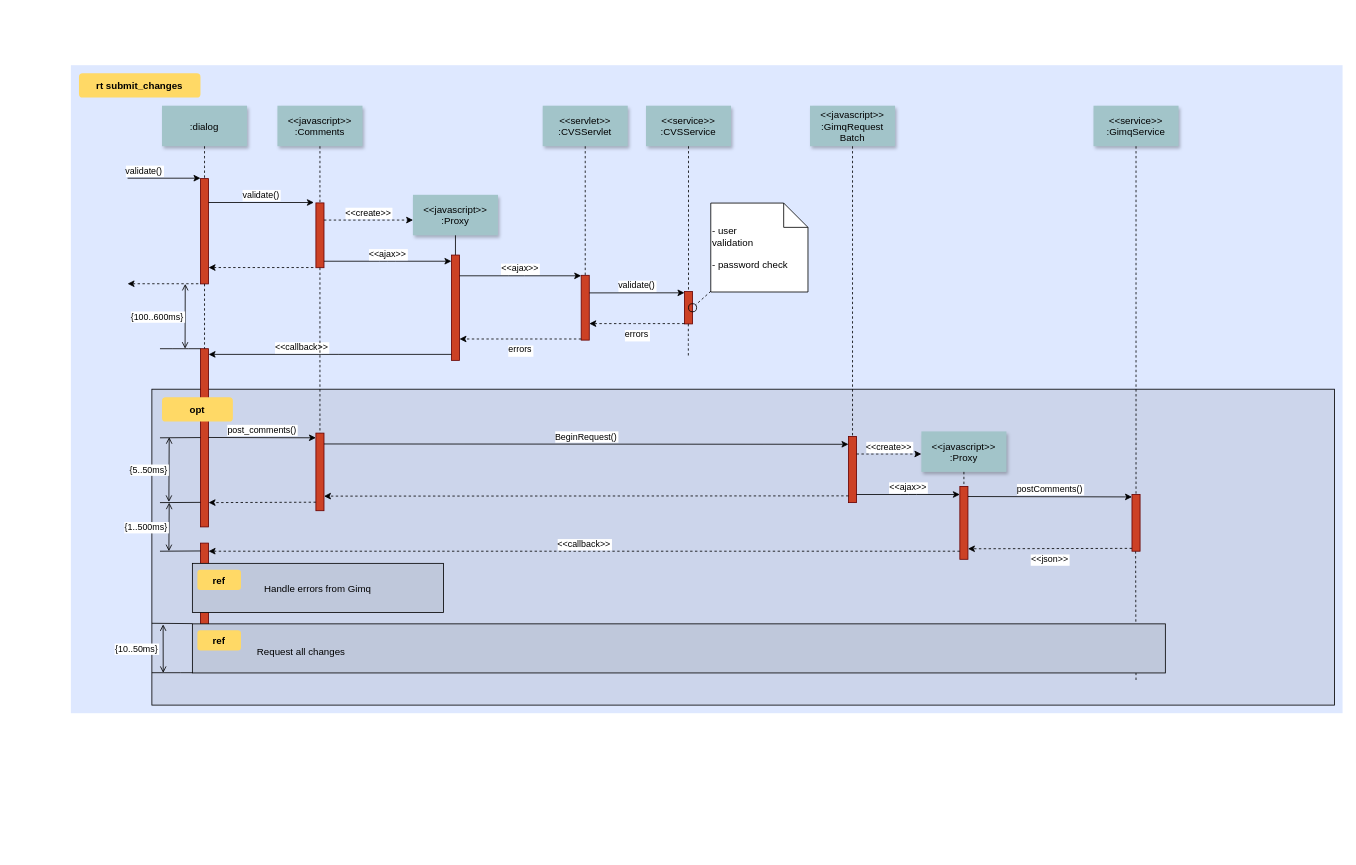
heyg/usbutils keeps this draw.io diagram as Untitled Diagram.drawio. Above is the earlier version. Source tidied: cells renumbered, new cells numbered last; positions are measured from the earlier drawing's top-left corner, leaving out a move shared by most shapes. Both pictures are drawn from the tidied source at 81%, with x=0, y=0 at pixel (70, 65).
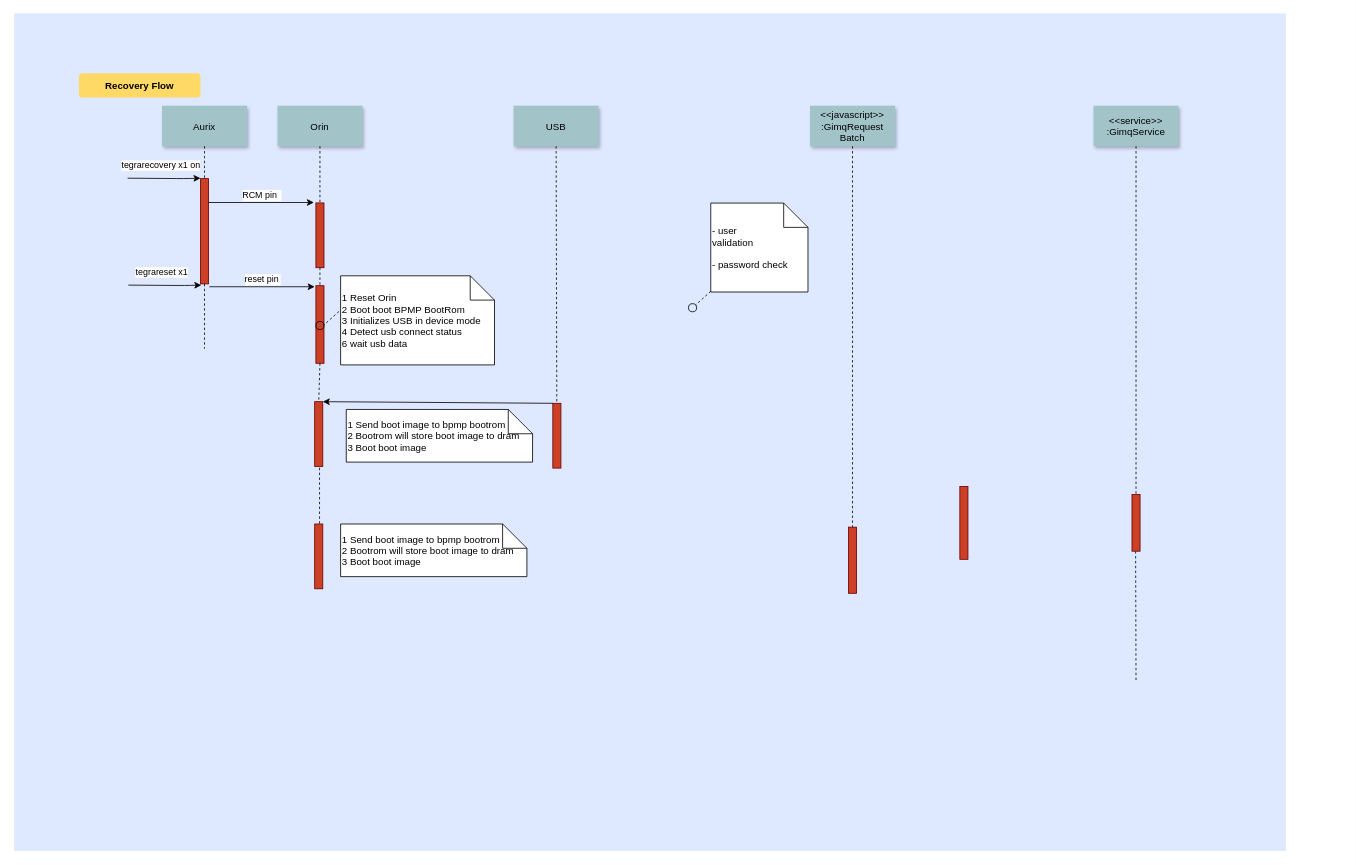
After the change.

Unchanged cells that the change refers to:
```xml
<mxCell id="5" style="fillColor=#CC4125;strokeColor=#660000;" parent="1" vertex="1">
  <mxGeometry x="160" y="140" width="10" height="130" as="geometry" />
</mxCell>
<mxCell id="8" style="fillColor=#CC4125;strokeColor=#660000;" parent="1" vertex="1">
  <mxGeometry x="302.5" y="170" width="10" height="80" as="geometry" />
</mxCell>
<mxCell id="49" style="fillColor=#CC4125;strokeColor=#660000;" parent="1" vertex="1">
  <mxGeometry x="1097.5" y="520" width="10" height="90" as="geometry" />
</mxCell>
```

The edit, as a diff of the source:
```diff
@@
     <mxCell id="2" style="fillColor=#DEE8FF;strokeColor=none;" parent="1" vertex="1">
-      <mxGeometry width="1570" height="800" as="geometry" />
+      <mxGeometry x="-70" y="-63.9" width="1570" height="1033.9" as="geometry" />
     </mxCell>
-    <mxCell id="3" style="fillColor=#CCD5EB;" parent="1" vertex="1">
-      <mxGeometry x="100" y="400" width="1460" height="390" as="geometry" />
-    </mxCell>
@@
-    <mxCell id="6" value="validate()" style="edgeStyle=none;verticalLabelPosition=top;verticalAlign=bottom;labelPosition=left;align=right;" parent="1" edge="1">
-      <mxGeometry x="110" y="49.5" as="geometry">
+    <mxCell id="6" style="edgeStyle=none;verticalLabelPosition=top;verticalAlign=bottom;labelPosition=left;align=right;" parent="1" edge="1">
+      <mxGeometry as="geometry">
         <mxPoint x="70" y="139.5" as="sourcePoint" />
         <mxPoint x="160" y="139.5" as="targetPoint" />
+        <Array as="points">
+          <mxPoint x="140" y="140" />
+        </Array>
       </mxGeometry>
     </mxCell>
+    <mxCell id="75" value="tegrarecovery x1 on" style="edgeLabel;html=1;align=center;verticalAlign=middle;" parent="6" vertex="1">
+      <mxGeometry relative="1" as="geometry">
+        <mxPoint x="-4" y="-16" as="offset" />
+      </mxGeometry>
+    </mxCell>
-    <mxCell id="7" value=":dialog" style="shadow=1;fillColor=#A2C4C9;strokeColor=none;" parent="1" vertex="1">
+    <mxCell id="7" value="Aurix" style="shadow=1;fillColor=#A2C4C9;strokeColor=none;" parent="1" vertex="1">
       <mxGeometry x="112.5" y="50" width="105" height="50" as="geometry" />
     </mxCell>
@@
-    <mxCell id="9" value="&lt;&lt;javascript&gt;&gt;&#10;:Comments" style="shadow=1;fillColor=#A2C4C9;strokeColor=none;" parent="1" vertex="1">
+    <mxCell id="9" value="Orin" style="shadow=1;fillColor=#A2C4C9;strokeColor=none;" parent="1" vertex="1">
       <mxGeometry x="255" y="50" width="105" height="50" as="geometry" />
     </mxCell>
@@
-    <mxCell id="11" value="validate()" style="edgeStyle=none;verticalLabelPosition=top;verticalAlign=bottom;" parent="1" edge="1">
+    <mxCell id="11" value="RCM pin " style="edgeStyle=none;verticalLabelPosition=top;verticalAlign=bottom;" parent="1" edge="1">
       <mxGeometry x="220" y="92" as="geometry">
         <mxPoint x="170" y="169.5" as="sourcePoint" />
         <mxPoint x="300" y="169.5" as="targetPoint" />
       </mxGeometry>
     </mxCell>
-    <mxCell id="12" style="edgeStyle=none;verticalLabelPosition=top;verticalAlign=bottom;endArrow=none;startArrow=classic;dashed=1;" parent="1" edge="1">
-      <mxGeometry x="220" y="172.3" as="geometry">
-        <mxPoint x="170" y="249.8" as="sourcePoint" />
-        <mxPoint x="300" y="249.8" as="targetPoint" />
-      </mxGeometry>
-    </mxCell>
-    <mxCell id="13" style="edgeStyle=none;verticalLabelPosition=top;verticalAlign=bottom;labelPosition=left;align=right;endArrow=none;startArrow=classic;dashed=1;" parent="1" edge="1">
-      <mxGeometry x="110" y="179.8" as="geometry">
-        <mxPoint x="70" y="269.8" as="sourcePoint" />
-        <mxPoint x="160" y="269.8" as="targetPoint" />
-      </mxGeometry>
-    </mxCell>
-    <mxCell id="14" value="&lt;&lt;create&gt;&gt;" style="edgeStyle=none;verticalLabelPosition=top;verticalAlign=bottom;dashed=1;" parent="1" edge="1">
-      <mxGeometry x="385.5" y="113.9" as="geometry">
-        <mxPoint x="312.5" y="191.2" as="sourcePoint" />
-        <mxPoint x="422.5" y="191.2" as="targetPoint" />
-      </mxGeometry>
-    </mxCell>
-    <mxCell id="15" value="&lt;&lt;javascript&gt;&gt;&#10;:Proxy" style="shadow=1;fillColor=#A2C4C9;strokeColor=none;" parent="1" vertex="1">
-      <mxGeometry x="422.3" y="160" width="105" height="50" as="geometry" />
-    </mxCell>
-    <mxCell id="16" style="edgeStyle=none;endArrow=none;" parent="1" edge="1" source="15" target="17">
-      <mxGeometry x="437" y="270" as="geometry" />
-    </mxCell>
-    <mxCell id="17" style="fillColor=#CC4125;strokeColor=#660000;" parent="1" vertex="1">
-      <mxGeometry x="469.8" y="234.4" width="10" height="130" as="geometry" />
-    </mxCell>
-    <mxCell id="18" value="&lt;&lt;ajax&gt;&gt;" style="edgeStyle=elbowEdgeStyle;elbow=vertical;verticalLabelPosition=top;verticalAlign=bottom;" parent="1" edge="1" source="8" target="17">
-      <mxGeometry x="350" y="290" as="geometry" />
-    </mxCell>
     <mxCell id="19" style="fillColor=#CC4125;strokeColor=#660000;" parent="1" vertex="1">
-      <mxGeometry x="630" y="259.4" width="10" height="80" as="geometry" />
+      <mxGeometry x="595" y="417.4" width="10" height="80" as="geometry" />
     </mxCell>
-    <mxCell id="20" value="&lt;&lt;servlet&gt;&gt;&#10;:CVSServlet" style="shadow=1;fillColor=#A2C4C9;strokeColor=none;" parent="1" vertex="1">
-      <mxGeometry x="582.5" y="50" width="105" height="50" as="geometry" />
+    <mxCell id="20" value="USB" style="shadow=1;fillColor=#A2C4C9;strokeColor=none;" parent="1" vertex="1">
+      <mxGeometry x="546.5" y="50" width="105" height="50" as="geometry" />
     </mxCell>
@@
-    <mxCell id="22" value="&lt;&lt;service&gt;&gt;&#10;:CVSService" style="shadow=1;fillColor=#A2C4C9;strokeColor=none;" parent="1" vertex="1">
-      <mxGeometry x="710" y="50" width="105" height="50" as="geometry" />
-    </mxCell>
-    <mxCell id="23" style="edgeStyle=none;endArrow=none;dashed=1;" parent="1" edge="1" source="22" target="24">
-      <mxGeometry x="727.3" y="165" as="geometry" />
-    </mxCell>
-    <mxCell id="24" style="fillColor=#CC4125;strokeColor=#660000;" parent="1" vertex="1">
-      <mxGeometry x="757.5" y="279.4" width="10" height="40" as="geometry" />
-    </mxCell>
-    <mxCell id="25" value="&lt;&lt;ajax&gt;&gt;" style="edgeStyle=elbowEdgeStyle;elbow=vertical;verticalLabelPosition=top;verticalAlign=bottom;" parent="1" edge="1" source="17" target="19">
-      <mxGeometry x="540" y="270" as="geometry">
-        <Array as="points">
-          <mxPoint x="550" y="260" />
-        </Array>
-      </mxGeometry>
-    </mxCell>
-    <mxCell id="26" value="errors" style="edgeStyle=elbowEdgeStyle;elbow=vertical;dashed=1;verticalLabelPosition=bottom;verticalAlign=top;" parent="1" edge="1" source="19" target="17">
-      <mxGeometry x="550" y="280" as="geometry">
-        <Array as="points">
-          <mxPoint x="553" y="338" />
-        </Array>
-      </mxGeometry>
-    </mxCell>
@@
-    <mxCell id="29" value="validate()" style="edgeStyle=elbowEdgeStyle;elbow=vertical;verticalLabelPosition=top;verticalAlign=bottom;" parent="1" edge="1">
-      <mxGeometry x="550" y="261.7" as="geometry">
-        <mxPoint x="640" y="281.1" as="sourcePoint" />
-        <mxPoint x="757.5" y="281.1" as="targetPoint" />
-      </mxGeometry>
-    </mxCell>
-    <mxCell id="30" value="errors" style="edgeStyle=elbowEdgeStyle;elbow=vertical;dashed=1;verticalLabelPosition=bottom;verticalAlign=top;" parent="1" edge="1">
-      <mxGeometry x="560" y="309.7" as="geometry">
-        <mxPoint x="757.5" y="319" as="sourcePoint" />
-        <mxPoint x="640" y="319" as="targetPoint" />
-      </mxGeometry>
-    </mxCell>
-    <mxCell id="31" style="edgeStyle=elbowEdgeStyle;elbow=horizontal;endArrow=none;dashed=1;" parent="1" edge="1">
-      <mxGeometry x="932.3" y="240" as="geometry">
-        <mxPoint x="762.3" y="319.4" as="sourcePoint" />
-        <mxPoint x="762.3" y="360" as="targetPoint" />
-        <Array as="points">
-          <mxPoint x="762.3" y="340" />
-        </Array>
-      </mxGeometry>
-    </mxCell>
@@
-    <mxCell id="35" style="fillColor=#CC4125;strokeColor=#660000;" parent="1" vertex="1">
-      <mxGeometry x="160" y="350" width="10" height="220" as="geometry" />
-    </mxCell>
-    <mxCell id="36" value="             &lt;&lt;callback&gt;&gt;                                " style="edgeStyle=elbowEdgeStyle;elbow=vertical;dashed=0;verticalLabelPosition=top;verticalAlign=bottom;align=right;" parent="1" edge="1" source="17" target="35">
-      <mxGeometry x="190" y="329.8" as="geometry" />
-    </mxCell>
-    <mxCell id="37" style="edgeStyle=none;dashed=1;endArrow=none;" parent="1" edge="1" source="5" target="35">
-      <mxGeometry x="50" y="300" as="geometry" />
+    <mxCell id="37" style="edgeStyle=none;dashed=1;endArrow=none;" parent="1" edge="1" source="5">
+      <mxGeometry x="50" y="300" as="geometry">
+        <mxPoint x="165" y="350" as="targetPoint" />
+      </mxGeometry>
     </mxCell>
-    <mxCell id="38" style="edgeStyle=elbowEdgeStyle;elbow=vertical;endArrow=none;" parent="1" edge="1" source="35">
-      <mxGeometry x="60" y="310" as="geometry">
-        <mxPoint x="110" y="350" as="targetPoint" />
-      </mxGeometry>
-    </mxCell>
-    <mxCell id="39" value="{100..600ms}" style="edgeStyle=elbowEdgeStyle;elbow=horizontal;startArrow=open;endArrow=open;labelPosition=left;align=right;" parent="1" edge="1">
-      <mxGeometry x="61.2" y="290" as="geometry">
-        <mxPoint x="141.2" y="270" as="sourcePoint" />
-        <mxPoint x="141.2" y="350" as="targetPoint" />
-      </mxGeometry>
-    </mxCell>
     <mxCell id="40" style="fillColor=#CC4125;strokeColor=#660000;" parent="1" vertex="1">
-      <mxGeometry x="302.5" y="454.2" width="10" height="95.8" as="geometry" />
+      <mxGeometry x="302.5" y="272.2" width="10" height="95.8" as="geometry" />
     </mxCell>
     <mxCell id="41" style="fillColor=#CC4125;strokeColor=#660000;" parent="1" vertex="1">
-      <mxGeometry x="960" y="458.3" width="10" height="81.7" as="geometry" />
+      <mxGeometry x="960" y="570.3" width="10" height="81.7" as="geometry" />
     </mxCell>
@@
-    <mxCell id="43" value="post_comments()" style="edgeStyle=elbowEdgeStyle;elbow=vertical;verticalLabelPosition=top;verticalAlign=bottom;" parent="1" edge="1">
-      <mxGeometry x="212.5" y="469.6" as="geometry">
-        <mxPoint x="170" y="459.6" as="sourcePoint" />
-        <mxPoint x="302.5" y="459.6" as="targetPoint" />
-      </mxGeometry>
-    </mxCell>
@@
-    <mxCell id="45" value="BeginRequest()" style="edgeStyle=elbowEdgeStyle;elbow=vertical;verticalLabelPosition=top;verticalAlign=bottom;" parent="1" edge="1">
-      <mxGeometry x="530" y="436.8" as="geometry">
-        <mxPoint x="312.5" y="467.6" as="sourcePoint" />
-        <mxPoint x="960" y="467.6" as="targetPoint" />
-      </mxGeometry>
-    </mxCell>
-    <mxCell id="46" style="edgeStyle=elbowEdgeStyle;elbow=vertical;dashed=1;verticalLabelPosition=bottom;verticalAlign=top;" parent="1" edge="1">
-      <mxGeometry x="530" y="549.1" as="geometry">
-        <mxPoint x="960" y="531.7" as="sourcePoint" />
-        <mxPoint x="312.5" y="531.7" as="targetPoint" />
-      </mxGeometry>
-    </mxCell>
-    <mxCell id="47" value="&lt;&lt;javascript&gt;&gt;&#10;:Proxy" style="shadow=1;fillColor=#A2C4C9;strokeColor=none;" parent="1" vertex="1">
-      <mxGeometry x="1050" y="452.1" width="105" height="50" as="geometry" />
-    </mxCell>
-    <mxCell id="48" style="edgeStyle=none;endArrow=none;dashed=1;" parent="1" edge="1" source="47" target="49">
-      <mxGeometry x="1204.1" y="380.1" as="geometry" />
-    </mxCell>
@@
-    <mxCell id="51" value="&lt;&lt;create&gt;&gt;" style="edgeStyle=elbowEdgeStyle;elbow=vertical;verticalLabelPosition=top;verticalAlign=bottom;dashed=1;" parent="1" edge="1" source="41" target="47">
-      <mxGeometry x="901.2" y="322.5" as="geometry" />
-    </mxCell>
-    <mxCell id="52" value="&lt;&lt;ajax&gt;&gt;" style="edgeStyle=elbowEdgeStyle;elbow=vertical;verticalLabelPosition=top;verticalAlign=bottom;" parent="1" edge="1" source="41" target="49">
-      <mxGeometry x="1065" y="359.5" as="geometry" />
-    </mxCell>
-    <mxCell id="53" value="postComments()" style="edgeStyle=elbowEdgeStyle;elbow=vertical;verticalLabelPosition=top;verticalAlign=bottom;" parent="1" edge="1">
-      <mxGeometry x="1225" y="309.5" as="geometry">
-        <mxPoint x="1107.5" y="532.5" as="sourcePoint" />
-        <mxPoint x="1310" y="532.5" as="targetPoint" />
-      </mxGeometry>
-    </mxCell>
-    <mxCell id="54" value="&lt;&lt;json&gt;&gt;" style="edgeStyle=elbowEdgeStyle;elbow=vertical;dashed=1;verticalLabelPosition=bottom;verticalAlign=top;" parent="1" edge="1">
-      <mxGeometry x="1075" y="396" as="geometry">
-        <mxPoint x="1310" y="596.5" as="sourcePoint" />
-        <mxPoint x="1107.5" y="596.5" as="targetPoint" />
-      </mxGeometry>
-    </mxCell>
@@
-    <mxCell id="57" style="fillColor=#CC4125;strokeColor=#660000;" parent="1" vertex="1">
-      <mxGeometry x="160" y="590" width="10" height="130" as="geometry" />
-    </mxCell>
-    <mxCell id="58" style="edgeStyle=elbowEdgeStyle;elbow=vertical;dashed=1;verticalLabelPosition=bottom;verticalAlign=top;" parent="1" edge="1">
-      <mxGeometry x="507.5" y="664.3" as="geometry">
-        <mxPoint x="302.5" y="539.5" as="sourcePoint" />
-        <mxPoint x="170" y="539.5" as="targetPoint" />
-      </mxGeometry>
-    </mxCell>
-    <mxCell id="59" value="&lt;&lt;callback&gt;&gt;" style="edgeStyle=elbowEdgeStyle;elbow=vertical;dashed=1;verticalLabelPosition=bottom;verticalAlign=bottom;" parent="1" edge="1" source="49" target="57">
-      <mxGeometry x="540" y="559.1" as="geometry" />
-    </mxCell>
-    <mxCell id="60" value="rt submit_changes" style="rounded=1;fontStyle=1;fillColor=#FFD966;strokeColor=none;" parent="1" vertex="1">
+    <mxCell id="60" value="Recovery Flow" style="rounded=1;fontStyle=1;fillColor=#FFD966;strokeColor=none;" parent="1" vertex="1">
       <mxGeometry x="10" y="10" width="150" height="30" as="geometry" />
     </mxCell>
-    <mxCell id="61" value="opt" style="rounded=1;fontStyle=1;fillColor=#FFD966;strokeColor=none;" parent="1" vertex="1">
-      <mxGeometry x="112.5" y="410" width="87.5" height="30" as="geometry" />
-    </mxCell>
-    <mxCell id="62" value="Handle errors from Gimq" style="fillColor=#BFC8DB;" parent="1" vertex="1">
-      <mxGeometry x="150" y="615" width="310" height="60.6" as="geometry" />
-    </mxCell>
-    <mxCell id="63" value="ref" style="rounded=1;fontStyle=1;fillColor=#FFD966;strokeColor=none;" parent="1" vertex="1">
-      <mxGeometry x="156.2" y="622.9" width="53.8" height="25" as="geometry" />
-    </mxCell>
-    <mxCell id="64" style="align=left;fillColor=#BFC8DB;" parent="1" vertex="1">
-      <mxGeometry x="150" y="689.7" width="1201.2" height="60.6" as="geometry" />
-    </mxCell>
-    <mxCell id="65" value="ref" style="rounded=1;fontStyle=1;fillColor=#FFD966;strokeColor=none;" parent="1" vertex="1">
-      <mxGeometry x="156.2" y="697.6" width="53.8" height="25" as="geometry" />
-    </mxCell>
-    <mxCell id="66" value="Request all changes" style="text;align=left;" parent="1" vertex="1">
-      <mxGeometry x="228.1" y="710.1" width="351.8" height="26" as="geometry" />
-    </mxCell>
-    <mxCell id="67" style="edgeStyle=elbowEdgeStyle;elbow=vertical;endArrow=none;" parent="1" edge="1">
-      <mxGeometry x="60" y="419.7" as="geometry">
-        <mxPoint x="160" y="459.7" as="sourcePoint" />
-        <mxPoint x="110" y="459.7" as="targetPoint" />
-      </mxGeometry>
-    </mxCell>
-    <mxCell id="68" style="edgeStyle=elbowEdgeStyle;elbow=vertical;endArrow=none;" parent="1" edge="1">
-      <mxGeometry x="60" y="499.7" as="geometry">
-        <mxPoint x="160" y="539.7" as="sourcePoint" />
-        <mxPoint x="110" y="539.7" as="targetPoint" />
-      </mxGeometry>
-    </mxCell>
-    <mxCell id="69" style="edgeStyle=elbowEdgeStyle;elbow=vertical;endArrow=none;" parent="1" edge="1">
-      <mxGeometry x="60" y="559.7" as="geometry">
-        <mxPoint x="160" y="599.7" as="sourcePoint" />
-        <mxPoint x="110" y="599.7" as="targetPoint" />
-      </mxGeometry>
-    </mxCell>
-    <mxCell id="70" style="edgeStyle=elbowEdgeStyle;elbow=vertical;endArrow=none;" parent="1" edge="1">
-      <mxGeometry x="50" y="649.4" as="geometry">
-        <mxPoint x="150" y="689.4" as="sourcePoint" />
-        <mxPoint x="100" y="689.4" as="targetPoint" />
-      </mxGeometry>
-    </mxCell>
-    <mxCell id="71" style="edgeStyle=elbowEdgeStyle;elbow=vertical;endArrow=none;" parent="1" edge="1">
-      <mxGeometry x="50" y="710" as="geometry">
-        <mxPoint x="150" y="750" as="sourcePoint" />
-        <mxPoint x="100" y="750" as="targetPoint" />
-      </mxGeometry>
-    </mxCell>
-    <mxCell id="72" value="{5..50ms}" style="edgeStyle=elbowEdgeStyle;elbow=horizontal;startArrow=open;endArrow=open;labelPosition=left;align=right;" parent="1" edge="1">
-      <mxGeometry x="41.4" y="479.2" as="geometry">
-        <mxPoint x="121.4" y="459.2" as="sourcePoint" />
-        <mxPoint x="121.4" y="539.2" as="targetPoint" />
-      </mxGeometry>
-    </mxCell>
-    <mxCell id="73" value="{1..500ms}" style="edgeStyle=elbowEdgeStyle;elbow=horizontal;startArrow=open;endArrow=open;labelPosition=left;align=right;" parent="1" edge="1">
-      <mxGeometry x="42.9" y="560" as="geometry">
-        <mxPoint x="121.4" y="540" as="sourcePoint" />
-        <mxPoint x="121.4" y="600" as="targetPoint" />
-      </mxGeometry>
-    </mxCell>
-    <mxCell id="74" value="{10..50ms}" style="edgeStyle=elbowEdgeStyle;elbow=horizontal;startArrow=open;endArrow=open;labelPosition=left;align=right;" parent="1" edge="1">
-      <mxGeometry as="geometry">
-        <mxPoint x="113.9" y="690.3" as="sourcePoint" />
-        <mxPoint x="113.9" y="750.3" as="targetPoint" />
-        <mxPoint x="-4.2" y="-0.3" as="offset" />
-      </mxGeometry>
-    </mxCell>
+    <mxCell id="76" style="edgeStyle=none;verticalLabelPosition=top;verticalAlign=bottom;labelPosition=left;align=right;" parent="1" edge="1">
+      <mxGeometry as="geometry">
+        <mxPoint x="71" y="271.5" as="sourcePoint" />
+        <mxPoint x="161" y="271.5" as="targetPoint" />
+        <Array as="points">
+          <mxPoint x="141" y="272" />
+        </Array>
+      </mxGeometry>
+    </mxCell>
+    <mxCell id="77" value="tegrareset x1" style="edgeLabel;html=1;align=center;verticalAlign=middle;" parent="76" vertex="1">
+      <mxGeometry relative="1" as="geometry">
+        <mxPoint x="-4" y="-16" as="offset" />
+      </mxGeometry>
+    </mxCell>
+    <mxCell id="78" value="reset pin" style="edgeStyle=none;verticalLabelPosition=top;verticalAlign=bottom;" parent="1" edge="1">
+      <mxGeometry x="220" y="92" as="geometry">
+        <mxPoint x="171" y="273.5" as="sourcePoint" />
+        <mxPoint x="301" y="273.5" as="targetPoint" />
+      </mxGeometry>
+    </mxCell>
+    <mxCell id="79" value="1 Reset Orin&#10;2 Boot boot BPMP BootRom&#10;3 Initializes USB in device mode&#10;4 Detect usb connect status&#10;6 wait usb data" style="shape=note;align=left;" parent="1" vertex="1">
+      <mxGeometry x="333" y="260" width="190" height="110" as="geometry" />
+    </mxCell>
+    <mxCell id="80" style="edgeStyle=none;endArrow=none;dashed=1;" parent="1" edge="1">
+      <mxGeometry x="1030" y="180" as="geometry">
+        <mxPoint x="331" y="304" as="sourcePoint" />
+        <mxPoint x="312" y="321" as="targetPoint" />
+      </mxGeometry>
+    </mxCell>
+    <mxCell id="81" style="ellipse;fillColor=none;" parent="1" vertex="1">
+      <mxGeometry x="302.5" y="316.4" width="10" height="10" as="geometry" />
+    </mxCell>
+    <mxCell id="82" style="fillColor=#CC4125;strokeColor=#660000;" parent="1" vertex="1">
+      <mxGeometry x="301" y="415.4" width="10" height="80" as="geometry" />
+    </mxCell>
+    <mxCell id="83" style="edgeStyle=none;dashed=1;endArrow=none;exitX=0.5;exitY=1;exitDx=0;exitDy=0;entryX=0.5;entryY=0;entryDx=0;entryDy=0;" parent="1" edge="1" source="40" target="82">
+      <mxGeometry x="50" y="300" as="geometry" />
+    </mxCell>
+    <mxCell id="84" style="endArrow=classic;html=1;rounded=0;entryX=1;entryY=0;entryDx=0;entryDy=0;exitX=0;exitY=0;exitDx=0;exitDy=0;" parent="1" edge="1" source="19" target="82">
+      <mxGeometry relative="1" as="geometry" />
+    </mxCell>
+    <mxCell id="85" value="1 Send boot image to bpmp bootrom&#10;2 Bootrom will store boot image to dram&#10;3 Boot boot image" style="shape=note;align=left;" parent="1" vertex="1">
+      <mxGeometry x="340" y="425" width="230" height="65" as="geometry" />
+    </mxCell>
+    <mxCell id="86" style="edgeStyle=none;endArrow=none;dashed=1;" parent="1" edge="1">
+      <mxGeometry x="272.3" y="165" as="geometry">
+        <mxPoint x="307" y="497" as="sourcePoint" />
+        <mxPoint x="307" y="567" as="targetPoint" />
+      </mxGeometry>
+    </mxCell>
+    <mxCell id="87" style="fillColor=#CC4125;strokeColor=#660000;" parent="1" vertex="1">
+      <mxGeometry x="301" y="566.4" width="10" height="80" as="geometry" />
+    </mxCell>
+    <mxCell id="88" value="1 Send boot image to bpmp bootrom&#10;2 Bootrom will store boot image to dram&#10;3 Boot boot image" style="shape=note;align=left;" parent="1" vertex="1">
+      <mxGeometry x="333" y="566.4" width="230" height="65" as="geometry" />
+    </mxCell>
```
